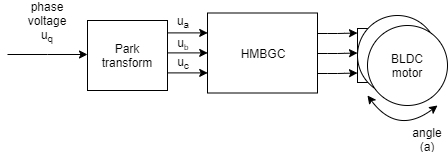
Above: Images/voltage.png in simplefoc/Arduino-FOC (draw.io), before the change. Source tidied: cells renumbered, new cells last; positions are measured from the earlier drawing's top-left corner, leaving out a move shared by most shapes.
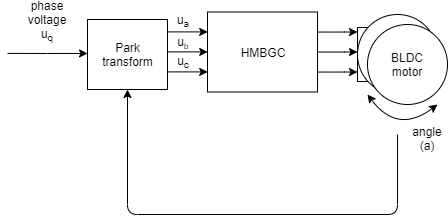
The same file after the commit.

What changed in the source:
```diff
@@ -92,5 +92,14 @@
     <mxCell id="22" value="u&lt;span style=&quot;font-size: 10px&quot;&gt;&lt;sub&gt;b&lt;/sub&gt;&lt;/span&gt;" style="text;html=1;strokeColor=none;fillColor=none;align=center;verticalAlign=middle;whiteSpace=wrap;rounded=0;" parent="1" vertex="1">
       <mxGeometry x="161" y="22" width="30" height="20" as="geometry" />
     </mxCell>
+    <mxCell id="23" style="endArrow=classic;html=1;entryX=0.5;entryY=1;entryDx=0;entryDy=0;" parent="1" edge="1" target="3">
+      <mxGeometry relative="1" as="geometry">
+        <mxPoint x="390" y="124" as="sourcePoint" />
+        <Array as="points">
+          <mxPoint x="390" y="204" />
+          <mxPoint x="120" y="204" />
+        </Array>
+      </mxGeometry>
+    </mxCell>
   </root>
 </mxGraphModel>
```
